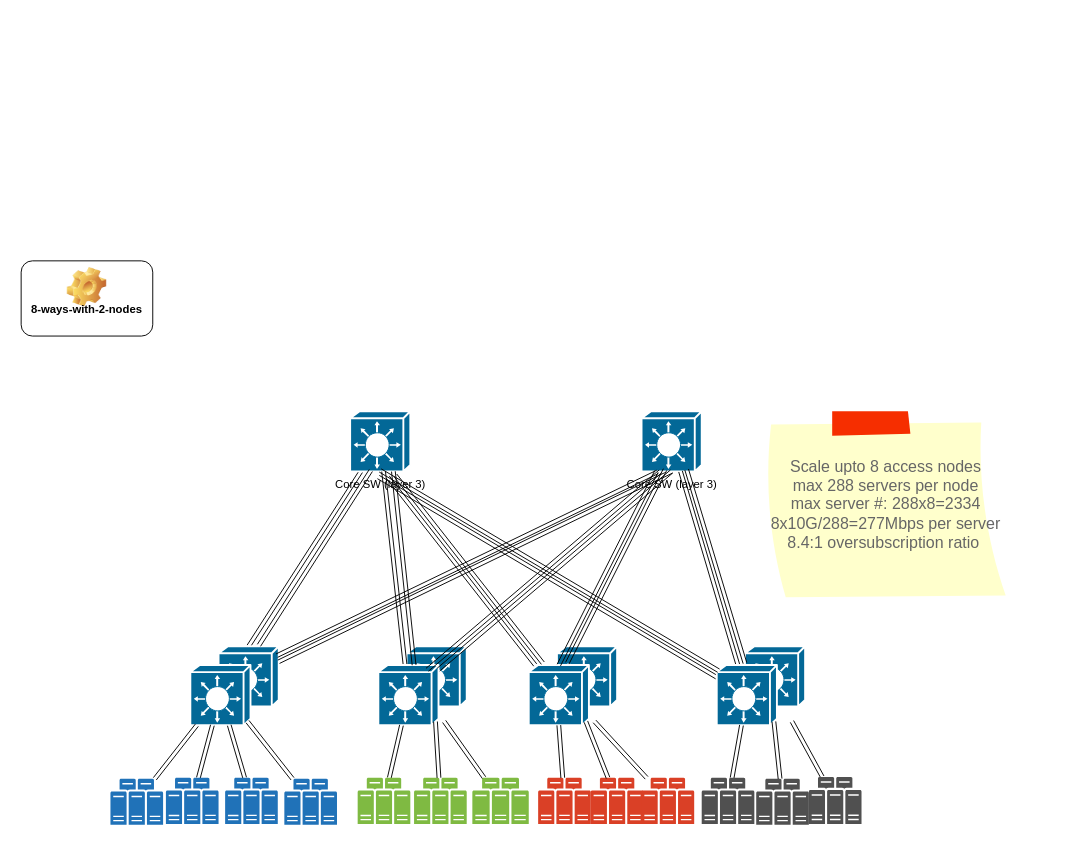
Earlier version of the draw.io diagram server_cluster_with_ethernet.drawio (wbxsxu168/drawio). Source tidied: cells renumbered, new cells numbered last; positions are measured from the earlier drawing's top-left corner, leaving out a move shared by most shapes. Both pictures are drawn from the tidied source at 94%, with x=0, y=0 at pixel (21, 260). Pictures stored in the file or linked from it are replaced by grey dashed boxes.
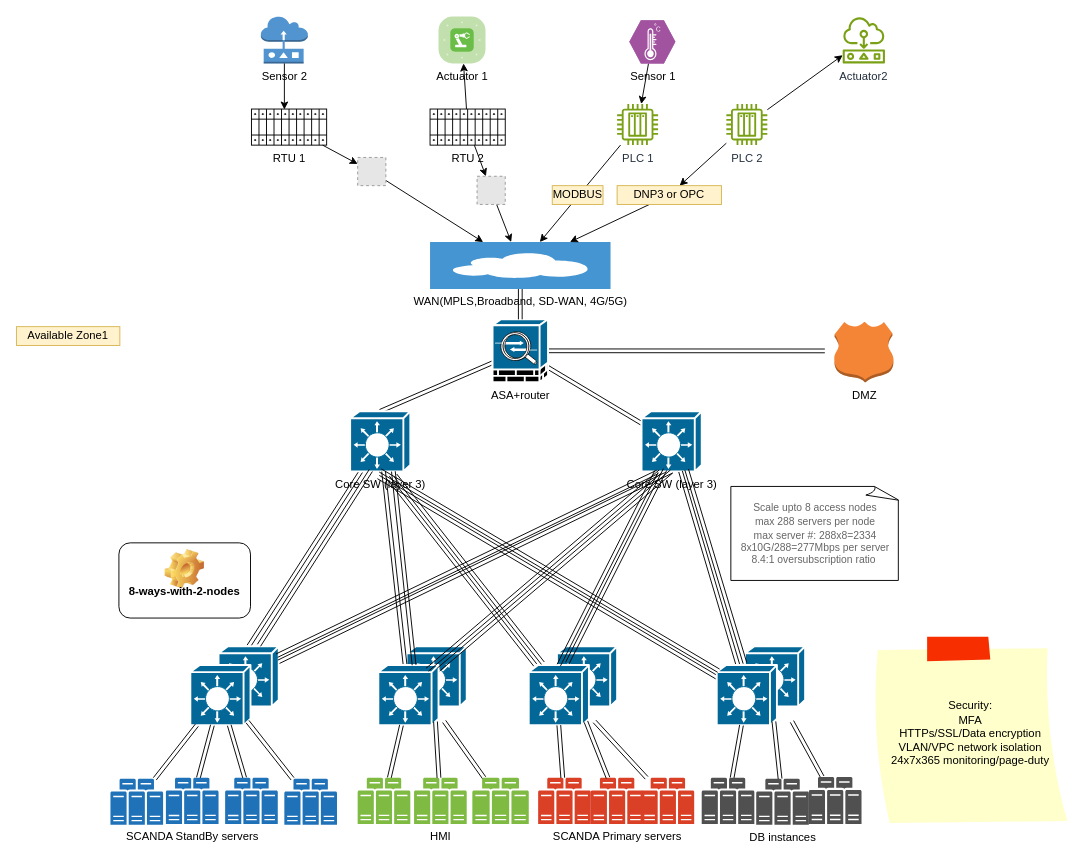
The same diagram, later.

The change refers to these unchanged cells:
```xml
<mxCell id="5" value="Core SW (layer 3)" style="shape=mxgraph.cisco.switches.layer_3_switch;sketch=0;html=1;dashed=0;fillColor=#036897;strokeColor=#ffffff;strokeWidth=2;verticalLabelPosition=bottom;verticalAlign=top;align=center;outlineConnect=0;" parent="1" vertex="1">
  <mxGeometry x="350" y="160" width="64" height="64" as="geometry" />
</mxCell>
<mxCell id="7" value="Core SW (layer 3)" style="shape=mxgraph.cisco.switches.layer_3_switch;sketch=0;html=1;dashed=0;fillColor=#036897;strokeColor=#ffffff;strokeWidth=2;verticalLabelPosition=bottom;verticalAlign=top;align=center;outlineConnect=0;" parent="1" vertex="1">
  <mxGeometry x="660" y="160" width="64" height="64" as="geometry" />
</mxCell>
```

What changed in the source:
```diff
@@
     <mxCell id="4" value="8-ways-with-2-nodes&lt;div&gt;&lt;br&gt;&lt;/div&gt;" style="label;whiteSpace=wrap;html=1;align=center;verticalAlign=bottom;spacingLeft=0;spacingBottom=4;imageAlign=center;imageVerticalAlign=top;image=img/clipart/Gear_128x128.png;" parent="1" vertex="1">
-      <mxGeometry width="140" height="80" as="geometry" />
+      <mxGeometry x="104" y="300" width="140" height="80" as="geometry" />
     </mxCell>
+    <mxCell id="56" style="rounded=0;jettySize=auto;html=1;exitX=0.5;exitY=0;exitDx=0;exitDy=0;exitPerimeter=0;shape=link;" parent="1" edge="1" source="5" target="61">
+      <mxGeometry relative="1" as="geometry" />
+    </mxCell>
@@
+    <mxCell id="57" style="rounded=0;jettySize=auto;html=1;shape=link;" parent="1" edge="1" source="7" target="61">
+      <mxGeometry relative="1" as="geometry" />
+    </mxCell>
@@
-    <mxCell id="30" style="sketch=0;shadow=0;dashed=0;html=1;strokeColor=none;fillColor=#505050;labelPosition=center;verticalLabelPosition=bottom;verticalAlign=top;outlineConnect=0;align=center;shape=mxgraph.office.servers.server_farm;fillColor=#2072B8;" parent="1" vertex="1">
+    <mxCell id="30" value="SCANDA StandBy servers" style="sketch=0;shadow=0;dashed=0;html=1;strokeColor=none;fillColor=#505050;labelPosition=center;verticalLabelPosition=bottom;verticalAlign=top;outlineConnect=0;align=center;shape=mxgraph.office.servers.server_farm;fillColor=#2072B8;" parent="1" vertex="1">
       <mxGeometry x="154" y="550" width="56" height="49" as="geometry" />
     </mxCell>
@@
-    <mxCell id="39" style="sketch=0;shadow=0;dashed=0;html=1;strokeColor=none;fillColor=#505050;labelPosition=center;verticalLabelPosition=bottom;verticalAlign=top;outlineConnect=0;align=center;shape=mxgraph.office.servers.server_farm;fillColor=#7FBA42;" parent="1" vertex="1">
+    <mxCell id="39" value="HMI" style="sketch=0;shadow=0;dashed=0;html=1;strokeColor=none;fillColor=#505050;labelPosition=center;verticalLabelPosition=bottom;verticalAlign=top;outlineConnect=0;align=center;shape=mxgraph.office.servers.server_farm;fillColor=#7FBA42;" parent="1" vertex="1">
       <mxGeometry x="418" y="550" width="56" height="49" as="geometry" />
     </mxCell>
@@
-    <mxCell id="43" style="sketch=0;shadow=0;dashed=0;html=1;strokeColor=none;fillColor=#505050;labelPosition=center;verticalLabelPosition=bottom;verticalAlign=top;outlineConnect=0;align=center;shape=mxgraph.office.servers.server_farm;fillColor=#DA4026;" parent="1" vertex="1">
+    <mxCell id="43" value="SCANDA Primary servers" style="sketch=0;shadow=0;dashed=0;html=1;strokeColor=none;fillColor=#505050;labelPosition=center;verticalLabelPosition=bottom;verticalAlign=top;outlineConnect=0;align=center;shape=mxgraph.office.servers.server_farm;fillColor=#DA4026;" parent="1" vertex="1">
       <mxGeometry x="606" y="550" width="56" height="49" as="geometry" />
     </mxCell>
@@
-    <mxCell id="48" style="sketch=0;shadow=0;dashed=0;html=1;strokeColor=none;fillColor=#505050;labelPosition=center;verticalLabelPosition=bottom;verticalAlign=top;outlineConnect=0;align=center;shape=mxgraph.office.servers.server_farm;" parent="1" vertex="1">
+    <mxCell id="48" value="DB instances" style="sketch=0;shadow=0;dashed=0;html=1;strokeColor=none;fillColor=#505050;labelPosition=center;verticalLabelPosition=bottom;verticalAlign=top;outlineConnect=0;align=center;shape=mxgraph.office.servers.server_farm;" parent="1" vertex="1">
       <mxGeometry x="782" y="551" width="56" height="49" as="geometry" />
     </mxCell>
@@
+    <mxCell id="58" value="WAN(MPLS,Broadband, SD-WAN, 4G/5G)" style="shadow=0;dashed=0;html=1;strokeColor=none;fillColor=#4495D1;labelPosition=center;verticalLabelPosition=bottom;verticalAlign=top;align=center;outlineConnect=0;shape=mxgraph.veeam.2d.wan_accelerator;" parent="1" vertex="1">
+      <mxGeometry x="435" y="-20" width="192" height="50" as="geometry" />
+    </mxCell>
+    <mxCell id="59" value="DMZ" style="dashed=0;verticalLabelPosition=bottom;verticalAlign=top;align=center;html=1;shape=mxgraph.aws3.hosted_zone;fillColor=#F58536;gradientColor=none;" parent="1" vertex="1">
+      <mxGeometry x="865" y="64.8" width="63" height="64.5" as="geometry" />
+    </mxCell>
+    <mxCell id="60" style="rounded=0;jettySize=auto;html=1;shape=link;" parent="1" edge="1" source="61">
+      <mxGeometry relative="1" as="geometry">
+        <mxPoint x="855" y="95.8" as="targetPoint" />
+      </mxGeometry>
+    </mxCell>
+    <mxCell id="61" value="ASA+router" style="shape=mxgraph.cisco.misc.asa_5500;html=1;dashed=0;fillColor=#036897;strokeColor=#ffffff;strokeWidth=2;verticalLabelPosition=bottom;verticalAlign=top;align=center;outlineConnect=0;" parent="1" vertex="1">
+      <mxGeometry x="501.5" y="62.2" width="59" height="67" as="geometry" />
+    </mxCell>
+    <mxCell id="62" style="rounded=0;jettySize=auto;html=1;entryX=0.5;entryY=0;entryDx=0;entryDy=0;entryPerimeter=0;shape=link;" parent="1" edge="1" source="58" target="61">
+      <mxGeometry relative="1" as="geometry" />
+    </mxCell>
+    <mxCell id="63" value="Available Zone1&lt;div&gt;&lt;br&gt;&lt;/div&gt;" style="text;html=1;strokeColor=#d6b656;fillColor=#fff2cc;align=center;verticalAlign=middle;whiteSpace=wrap;overflow=hidden;" parent="1" vertex="1">
+      <mxGeometry x="-5" y="70" width="110" height="20" as="geometry" />
+    </mxCell>
+    <mxCell id="64" style="rounded=0;jettySize=auto;html=1;" parent="1" edge="1" source="65" target="72">
+      <mxGeometry relative="1" as="geometry" />
+    </mxCell>
+    <mxCell id="65" value="Sensor 1" style="verticalLabelPosition=bottom;sketch=0;html=1;fillColor=#A153A0;strokeColor=#ffffff;verticalAlign=top;align=center;points=[[0,0.5,0],[0.125,0.25,0],[0.25,0,0],[0.5,0,0],[0.75,0,0],[0.875,0.25,0],[1,0.5,0],[0.875,0.75,0],[0.75,1,0],[0.5,1,0],[0.125,0.75,0]];shape=mxgraph.cisco_safe.compositeIcon;bgIcon=mxgraph.cisco_safe.design.blank_device;resIcon=mxgraph.cisco_safe.design.sensor;" parent="1" vertex="1">
+      <mxGeometry x="647" y="-256" width="49" height="46" as="geometry" />
+    </mxCell>
+    <mxCell id="66" value="Actuator 1" style="verticalLabelPosition=bottom;sketch=0;html=1;fillColor=#6ABD46;strokeColor=#ffffff;verticalAlign=top;align=center;points=[[0.085,0.085,0],[0.915,0.085,0],[0.915,0.915,0],[0.085,0.915,0],[0.25,0,0],[0.5,0,0],[0.75,0,0],[1,0.25,0],[1,0.5,0],[1,0.75,0],[0.75,1,0],[0.5,1,0],[0.25,1,0],[0,0.75,0],[0,0.5,0],[0,0.25,0]];shape=mxgraph.cisco_safe.compositeIcon;bgIcon=mxgraph.cisco_safe.architecture.generic_appliance;resIcon=mxgraph.cisco_safe.architecture.actuator;" parent="1" vertex="1">
+      <mxGeometry x="444" y="-260" width="50" height="50" as="geometry" />
+    </mxCell>
+    <mxCell id="67" value="Actuator2" style="sketch=0;outlineConnect=0;fontColor=#232F3E;gradientColor=none;fillColor=#7AA116;strokeColor=none;dashed=0;verticalLabelPosition=bottom;verticalAlign=top;align=center;html=1;fontSize=12;fontStyle=0;shape=mxgraph.aws4.actuator;" parent="1" vertex="1">
+      <mxGeometry x="873.4" y="-260" width="46.1" height="50" as="geometry" />
+    </mxCell>
+    <mxCell id="68" value="Sensor 2" style="outlineConnect=0;dashed=0;verticalLabelPosition=bottom;verticalAlign=top;align=center;html=1;shape=mxgraph.aws3.sensor;fillColor=#5294CF;gradientColor=none;" parent="1" vertex="1">
+      <mxGeometry x="255" y="-260" width="50" height="50" as="geometry" />
+    </mxCell>
+    <mxCell id="69" style="rounded=0;jettySize=auto;html=1;" parent="1" edge="1" source="81" target="58">
+      <mxGeometry relative="1" as="geometry" />
+    </mxCell>
+    <mxCell id="70" value="RTU 1" style="verticalLabelPosition=bottom;dashed=0;shadow=0;html=1;align=center;verticalAlign=top;shape=mxgraph.cabinets.terminal_4mm2_x10;" parent="1" vertex="1">
+      <mxGeometry x="245" y="-161.5" width="80" height="38.4" as="geometry" />
+    </mxCell>
+    <mxCell id="71" style="rounded=0;jettySize=auto;html=1;" parent="1" edge="1" source="72" target="58">
+      <mxGeometry relative="1" as="geometry" />
+    </mxCell>
+    <mxCell id="72" value="PLC 1" style="sketch=0;outlineConnect=0;fontColor=#232F3E;gradientColor=none;fillColor=#7AA116;strokeColor=none;dashed=0;verticalLabelPosition=bottom;verticalAlign=top;align=center;html=1;fontSize=12;fontStyle=0;shape=mxgraph.aws4.iot_thing_plc;" parent="1" vertex="1">
+      <mxGeometry x="634" y="-166.8" width="43.6" height="43.6" as="geometry" />
+    </mxCell>
+    <mxCell id="73" style="rounded=0;jettySize=auto;html=1;" parent="1" edge="1" source="85" target="58">
+      <mxGeometry relative="1" as="geometry" />
+    </mxCell>
+    <mxCell id="74" style="rounded=0;jettySize=auto;html=1;" parent="1" edge="1" source="75" target="67">
+      <mxGeometry relative="1" as="geometry" />
+    </mxCell>
+    <mxCell id="75" value="PLC 2" style="sketch=0;outlineConnect=0;fontColor=#232F3E;gradientColor=none;fillColor=#7AA116;strokeColor=none;dashed=0;verticalLabelPosition=bottom;verticalAlign=top;align=center;html=1;fontSize=12;fontStyle=0;shape=mxgraph.aws4.iot_thing_plc;" parent="1" vertex="1">
+      <mxGeometry x="750.2" y="-166.8" width="43.6" height="43.6" as="geometry" />
+    </mxCell>
+    <mxCell id="76" style="rounded=0;jettySize=auto;html=1;" parent="1" edge="1" source="83" target="58">
+      <mxGeometry relative="1" as="geometry" />
+    </mxCell>
+    <mxCell id="77" style="rounded=0;jettySize=auto;html=1;" parent="1" edge="1" source="78" target="66">
+      <mxGeometry relative="1" as="geometry" />
+    </mxCell>
+    <mxCell id="78" value="RTU 2" style="verticalLabelPosition=bottom;dashed=0;shadow=0;html=1;align=center;verticalAlign=top;shape=mxgraph.cabinets.terminal_4mm2_x10;" parent="1" vertex="1">
+      <mxGeometry x="435" y="-161.5" width="80" height="38.4" as="geometry" />
+    </mxCell>
+    <mxCell id="79" style="edgeStyle=orthogonalEdgeStyle;rounded=0;jettySize=auto;html=1;entryX=0.438;entryY=0.014;entryDx=0;entryDy=0;entryPerimeter=0;" parent="1" edge="1" source="68" target="70">
+      <mxGeometry relative="1" as="geometry" />
+    </mxCell>
+    <mxCell id="80" style="rounded=0;jettySize=auto;html=1;" parent="1" edge="1" source="70" target="81">
+      <mxGeometry relative="1" as="geometry" />
+    </mxCell>
+    <mxCell id="81" style="fillColor=#E6E6E6;strokeColor=#999999;dashed=1;html=1;verticalAlign=top;verticalLabelPosition=bottom;labelBackgroundColor=#ffffff;" parent="1" vertex="1">
+      <mxGeometry x="358" y="-110" width="30" height="30" as="geometry" />
+    </mxCell>
+    <mxCell id="82" style="rounded=0;jettySize=auto;html=1;" parent="1" edge="1" source="78" target="83">
+      <mxGeometry relative="1" as="geometry" />
+    </mxCell>
+    <mxCell id="83" style="fillColor=#E6E6E6;strokeColor=#999999;dashed=1;html=1;verticalAlign=top;verticalLabelPosition=bottom;labelBackgroundColor=#ffffff;" parent="1" vertex="1">
+      <mxGeometry x="485" y="-90" width="30" height="30" as="geometry" />
+    </mxCell>
+    <mxCell id="84" style="rounded=0;jettySize=auto;html=1;" parent="1" edge="1" source="75" target="85">
+      <mxGeometry relative="1" as="geometry" />
+    </mxCell>
+    <mxCell id="85" value="DNP3 or OPC" style="text;html=1;strokeColor=#d6b656;fillColor=#fff2cc;align=center;verticalAlign=middle;whiteSpace=wrap;overflow=hidden;" parent="1" vertex="1">
+      <mxGeometry x="634" y="-80" width="111" height="20" as="geometry" />
+    </mxCell>
+    <mxCell id="86" value="MODBUS" style="text;html=1;strokeColor=#d6b656;fillColor=#fff2cc;align=center;verticalAlign=middle;whiteSpace=wrap;overflow=hidden;" parent="1" vertex="1">
+      <mxGeometry x="565" y="-80" width="54" height="20" as="geometry" />
+    </mxCell>
+    <mxCell id="87" value="&lt;span style=&quot;color: rgb(0, 0, 0); font-size: 12px;&quot;&gt;Security:&lt;/span&gt;&lt;div style=&quot;color: rgb(0, 0, 0); font-size: 12px;&quot;&gt;MFA&lt;/div&gt;&lt;div style=&quot;color: rgb(0, 0, 0); font-size: 12px;&quot;&gt;HTTPs/SSL/Data encryption&lt;/div&gt;&lt;div style=&quot;color: rgb(0, 0, 0); font-size: 12px;&quot;&gt;VLAN/VPC network isolation&lt;/div&gt;&lt;div style=&quot;color: rgb(0, 0, 0); font-size: 12px;&quot;&gt;24x7x365 monitoring/page-duty&lt;/div&gt;" style="strokeWidth=1;shadow=0;dashed=0;align=center;html=1;shape=mxgraph.mockup.text.stickyNote2;fontColor=#666666;mainText=;fontSize=17;whiteSpace=wrap;fillColor=#ffffcc;strokeColor=#F62E00;" parent="1" vertex="1">
+      <mxGeometry x="905" y="400" width="210" height="200" as="geometry" />
+    </mxCell>
-    <mxCell id="55" value="Scale upto 8 access nodes&lt;br&gt;max 288 servers per node&lt;br&gt;max server #: 288x8=2334&lt;div&gt;8x10G/288=277Mbps per server&lt;/div&gt;&lt;div&gt;8.4:1 oversubscription ratio&amp;nbsp;&lt;/div&gt;" style="strokeWidth=1;shadow=0;dashed=0;align=center;html=1;shape=mxgraph.mockup.text.stickyNote2;fontColor=#666666;mainText=;fontSize=17;whiteSpace=wrap;fillColor=#ffffcc;strokeColor=#F62E00;" parent="1" vertex="1">
-      <mxGeometry x="790" y="160" width="260" height="200" as="geometry" />
+    <mxCell id="55" value="&lt;font style=&quot;color: rgb(102, 102, 102); font-size: 11px;&quot;&gt;Scale upto 8 access nodes&lt;br&gt;max 288 servers per node&lt;br&gt;max server #: 288x8=2334&lt;/font&gt;&lt;div style=&quot;color: rgb(102, 102, 102); font-size: 11px;&quot;&gt;8x10G/288=277Mbps per server&lt;/div&gt;&lt;div style=&quot;color: rgb(102, 102, 102); font-size: 11px;&quot;&gt;8.4:1 oversubscription ratio&amp;nbsp;&lt;/div&gt;" style="whiteSpace=wrap;html=1;shape=mxgraph.basic.document;" parent="1" vertex="1">
+      <mxGeometry x="755" y="240" width="180" height="100" as="geometry" />
     </mxCell>
```
